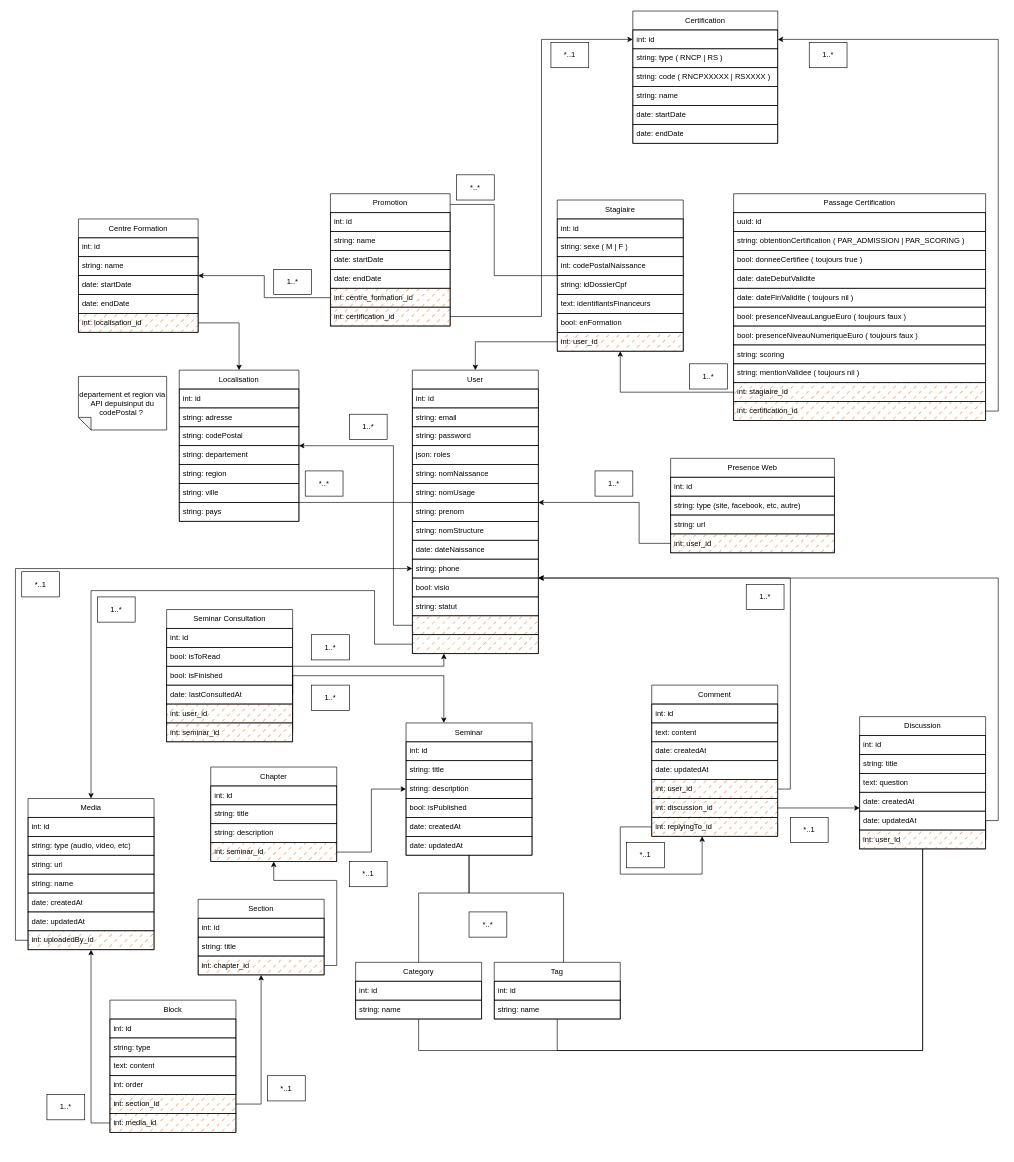
ecole-richard-cross/espace-numerique keeps this draw.io diagram as MCD.drawio. Above is the earlier version. Source tidied: cells renumbered, new cells numbered last; positions are measured from the earlier drawing's top-left corner, leaving out a move shared by most shapes. Both pictures are drawn from the tidied source at 63%, with x=0, y=0 at pixel (15, 11).
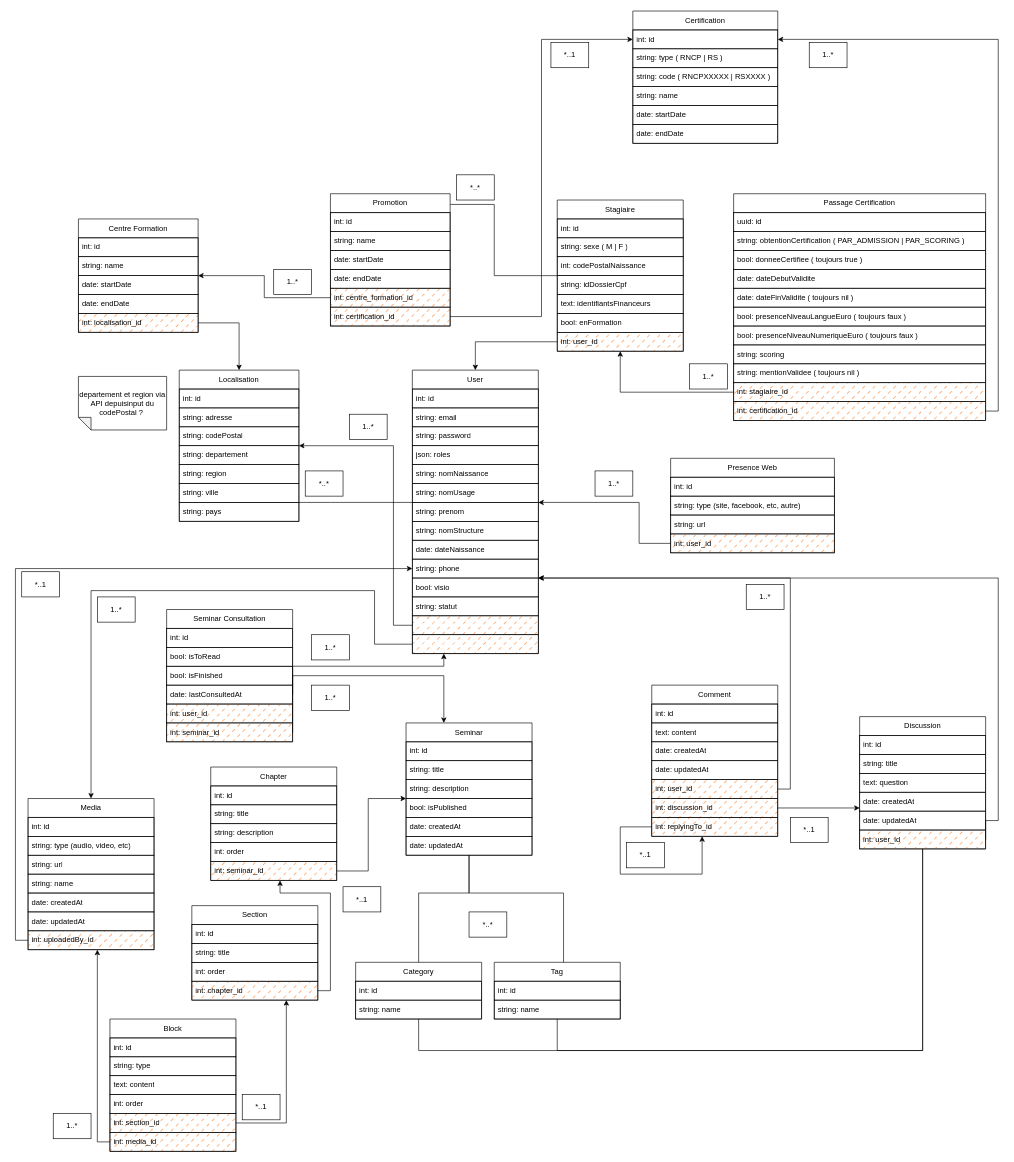
Above is the later version.

Commit message:
fix/dev: MCD added order to chapter section

The change refers to these unchanged cells:
```xml
<mxCell id="88" value="Seminar" style="swimlane;fontStyle=0;horizontal=1;startSize=30;whiteSpace=wrap;html=1;rounded=0;labelBackgroundColor=none;shadow=0;swimlaneLine=1;fillOpacity=100;snapToPoint=0;fixDash=0;backgroundOutline=0;enumerate=0;comic=0;strokeColor=default;" parent="1" vertex="1">
  <mxGeometry x="620" y="1130" width="200" height="210" as="geometry" />
</mxCell>
<mxCell id="104" value="Media" style="swimlane;fontStyle=0;horizontal=1;startSize=30;whiteSpace=wrap;html=1;rounded=0;labelBackgroundColor=none;shadow=0;swimlaneLine=1;fillOpacity=100;snapToPoint=0;fixDash=0;backgroundOutline=0;enumerate=0;comic=0;strokeColor=default;" parent="1" vertex="1">
  <mxGeometry x="20" y="1250" width="200" height="240" as="geometry" />
</mxCell>
<mxCell id="127" value="int: section_id" style="text;align=left;verticalAlign=middle;spacingLeft=4;spacingRight=4;overflow=hidden;points=[[0,0.5],[1,0.5]];portConstraint=eastwest;whiteSpace=wrap;html=1;rounded=0;labelBackgroundColor=none;shadow=0;swimlaneLine=1;fillOpacity=100;snapToPoint=0;fixDash=0;backgroundOutline=0;enumerate=0;comic=0;strokeColor=default;fillColor=#FA6800;fillStyle=dashed;" parent="122" vertex="1">
  <mxGeometry y="150" width="200" height="30" as="geometry" />
</mxCell>
<mxCell id="128" value="int: media_id" style="text;align=left;verticalAlign=middle;spacingLeft=4;spacingRight=4;overflow=hidden;points=[[0,0.5],[1,0.5]];portConstraint=eastwest;whiteSpace=wrap;html=1;rounded=0;labelBackgroundColor=none;shadow=0;swimlaneLine=1;fillOpacity=100;snapToPoint=0;fixDash=0;backgroundOutline=0;enumerate=0;comic=0;strokeColor=default;fillColor=#FA6800;fillStyle=dashed;" parent="122" vertex="1">
  <mxGeometry y="180" width="200" height="30" as="geometry" />
</mxCell>
```

Diff of the diagram source:
```diff
@@
     <mxCell id="122" value="Block" style="swimlane;fontStyle=0;horizontal=1;startSize=30;whiteSpace=wrap;html=1;rounded=0;labelBackgroundColor=none;shadow=0;swimlaneLine=1;fillOpacity=100;fixDash=0;backgroundOutline=0;enumerate=0;comic=0;strokeColor=default;" parent="1" vertex="1">
-      <mxGeometry x="150" y="1570" width="200" height="210" as="geometry" />
+      <mxGeometry x="150" y="1600" width="200" height="210" as="geometry" />
     </mxCell>
@@
     <mxCell id="129" value="*..1" style="text;align=center;html=1;verticalAlign=middle;whiteSpace=wrap;rounded=0;labelBackgroundColor=none;shadow=0;swimlaneLine=1;fillOpacity=100;fixDash=0;backgroundOutline=0;enumerate=0;comic=0;strokeColor=default;" parent="1" vertex="1">
-      <mxGeometry x="530" y="1350" width="60" height="40" as="geometry" />
+      <mxGeometry x="520" y="1390" width="60" height="40" as="geometry" />
     </mxCell>
@@
     <mxCell id="158" value="Chapter" style="swimlane;fontStyle=0;horizontal=1;startSize=30;whiteSpace=wrap;html=1;rounded=0;labelBackgroundColor=none;shadow=0;swimlaneLine=1;fillOpacity=100;snapToPoint=0;fixDash=0;backgroundOutline=0;enumerate=0;comic=0;strokeColor=default;" parent="1" vertex="1">
-      <mxGeometry x="310" y="1200" width="200" height="150" as="geometry" />
+      <mxGeometry x="310" y="1200" width="200" height="180" as="geometry" />
     </mxCell>
@@
+    <mxCell id="175" value="int: order" style="text;align=left;verticalAlign=middle;spacingLeft=4;spacingRight=4;overflow=hidden;whiteSpace=wrap;html=1;rounded=0;labelBackgroundColor=none;shadow=0;swimlaneLine=1;fillOpacity=100;fixDash=0;backgroundOutline=0;enumerate=0;comic=0;strokeColor=default;" parent="158" vertex="1">
+      <mxGeometry y="120" width="200" height="30" as="geometry" />
+    </mxCell>
     <mxCell id="162" value="int: seminar_id" style="text;align=left;verticalAlign=middle;spacingLeft=4;spacingRight=4;overflow=hidden;points=[[0,0.5],[1,0.5]];portConstraint=eastwest;whiteSpace=wrap;html=1;rounded=0;labelBackgroundColor=none;shadow=0;swimlaneLine=1;fillOpacity=100;snapToPoint=0;fixDash=0;backgroundOutline=0;enumerate=0;comic=0;strokeColor=default;fillColor=#FA6800;fillStyle=dashed;" parent="158" vertex="1">
-      <mxGeometry y="120" width="200" height="30" as="geometry" />
+      <mxGeometry y="150" width="200" height="30" as="geometry" />
     </mxCell>
     <mxCell id="163" value="Section" style="swimlane;fontStyle=0;horizontal=1;startSize=30;whiteSpace=wrap;html=1;rounded=0;labelBackgroundColor=none;shadow=0;swimlaneLine=1;fillOpacity=100;snapToPoint=0;fixDash=0;backgroundOutline=0;enumerate=0;comic=0;strokeColor=default;" parent="1" vertex="1">
-      <mxGeometry x="290" y="1410" width="200" height="120" as="geometry" />
+      <mxGeometry x="280" y="1420" width="200" height="150" as="geometry" />
     </mxCell>
@@
+    <mxCell id="176" value="int: order" style="text;align=left;verticalAlign=middle;spacingLeft=4;spacingRight=4;overflow=hidden;whiteSpace=wrap;html=1;rounded=0;labelBackgroundColor=none;shadow=0;swimlaneLine=1;fillOpacity=100;fixDash=0;backgroundOutline=0;enumerate=0;comic=0;strokeColor=default;" parent="163" vertex="1">
+      <mxGeometry y="90" width="200" height="30" as="geometry" />
+    </mxCell>
     <mxCell id="166" value="int: chapter_id" style="text;align=left;verticalAlign=middle;spacingLeft=4;spacingRight=4;overflow=hidden;points=[[0,0.5],[1,0.5]];portConstraint=eastwest;whiteSpace=wrap;html=1;rounded=0;labelBackgroundColor=none;shadow=0;swimlaneLine=1;fillOpacity=100;snapToPoint=0;fixDash=0;backgroundOutline=0;enumerate=0;comic=0;strokeColor=default;fillColor=#FA6800;fillStyle=dashed;" parent="163" vertex="1">
-      <mxGeometry y="90" width="200" height="30" as="geometry" />
+      <mxGeometry y="120" width="200" height="30" as="geometry" />
     </mxCell>
     <mxCell id="167" style="edgeStyle=orthogonalEdgeStyle;html=1;exitX=1;exitY=0.5;exitDx=0;exitDy=0;rounded=0;" parent="1" edge="1" source="162" target="88">
-      <mxGeometry relative="1" as="geometry" />
+      <mxGeometry relative="1" as="geometry">
+        <Array as="points">
+          <mxPoint x="560" y="1365" />
+          <mxPoint x="560" y="1250" />
+        </Array>
+      </mxGeometry>
     </mxCell>
     <mxCell id="168" style="edgeStyle=orthogonalEdgeStyle;rounded=0;html=1;exitX=1;exitY=0.5;exitDx=0;exitDy=0;" parent="1" edge="1" source="166" target="158">
       <mxGeometry relative="1" as="geometry">
         <Array as="points">
-          <mxPoint x="510" y="1515" />
-          <mxPoint x="510" y="1380" />
-          <mxPoint x="410" y="1380" />
+          <mxPoint x="500" y="1555" />
+          <mxPoint x="500" y="1400" />
+          <mxPoint x="420" y="1400" />
         </Array>
       </mxGeometry>
     </mxCell>
     <mxCell id="169" style="edgeStyle=orthogonalEdgeStyle;rounded=0;html=1;exitX=1;exitY=0.5;exitDx=0;exitDy=0;" parent="1" edge="1" source="127" target="163">
-      <mxGeometry relative="1" as="geometry" />
+      <mxGeometry relative="1" as="geometry">
+        <Array as="points">
+          <mxPoint x="430" y="1765" />
+        </Array>
+      </mxGeometry>
     </mxCell>
     <mxCell id="170" value="*..1" style="text;align=center;html=1;verticalAlign=middle;whiteSpace=wrap;rounded=0;labelBackgroundColor=none;shadow=0;swimlaneLine=1;fillOpacity=100;fixDash=0;backgroundOutline=0;enumerate=0;comic=0;strokeColor=default;" parent="1" vertex="1">
-      <mxGeometry x="400" y="1690" width="60" height="40" as="geometry" />
+      <mxGeometry x="360" y="1720" width="60" height="40" as="geometry" />
     </mxCell>
     <mxCell id="171" style="edgeStyle=orthogonalEdgeStyle;rounded=0;html=1;exitX=0;exitY=0.5;exitDx=0;exitDy=0;" parent="1" edge="1" source="128" target="104">
-      <mxGeometry relative="1" as="geometry" />
+      <mxGeometry relative="1" as="geometry">
+        <Array as="points">
+          <mxPoint x="130" y="1795" />
+        </Array>
+      </mxGeometry>
     </mxCell>
     <mxCell id="172" value="1..*" style="text;align=center;html=1;verticalAlign=middle;whiteSpace=wrap;rounded=0;labelBackgroundColor=none;shadow=0;swimlaneLine=1;fillOpacity=100;fixDash=0;backgroundOutline=0;enumerate=0;comic=0;strokeColor=default;" parent="1" vertex="1">
-      <mxGeometry x="50" y="1720" width="60" height="40" as="geometry" />
+      <mxGeometry x="60" y="1750" width="60" height="40" as="geometry" />
     </mxCell>
```
